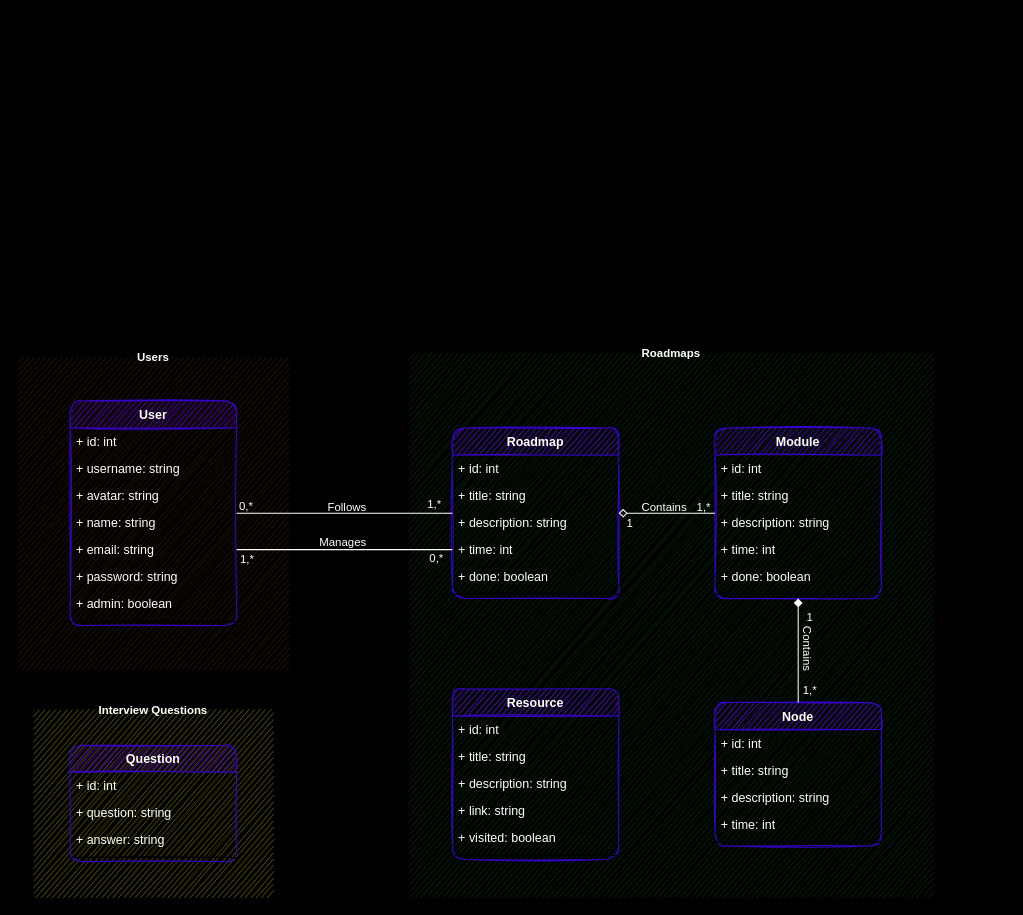
Before: Modelization/class diagram.drawio in aymenBenadra/DevQuests, a draw.io diagram. Source tidied: cells renumbered, new cells numbered last; positions are measured from the earlier drawing's top-left corner, leaving out a move shared by most shapes. Both pictures are drawn from the tidied source at 104%, with x=0, y=0 at pixel (18, 353).
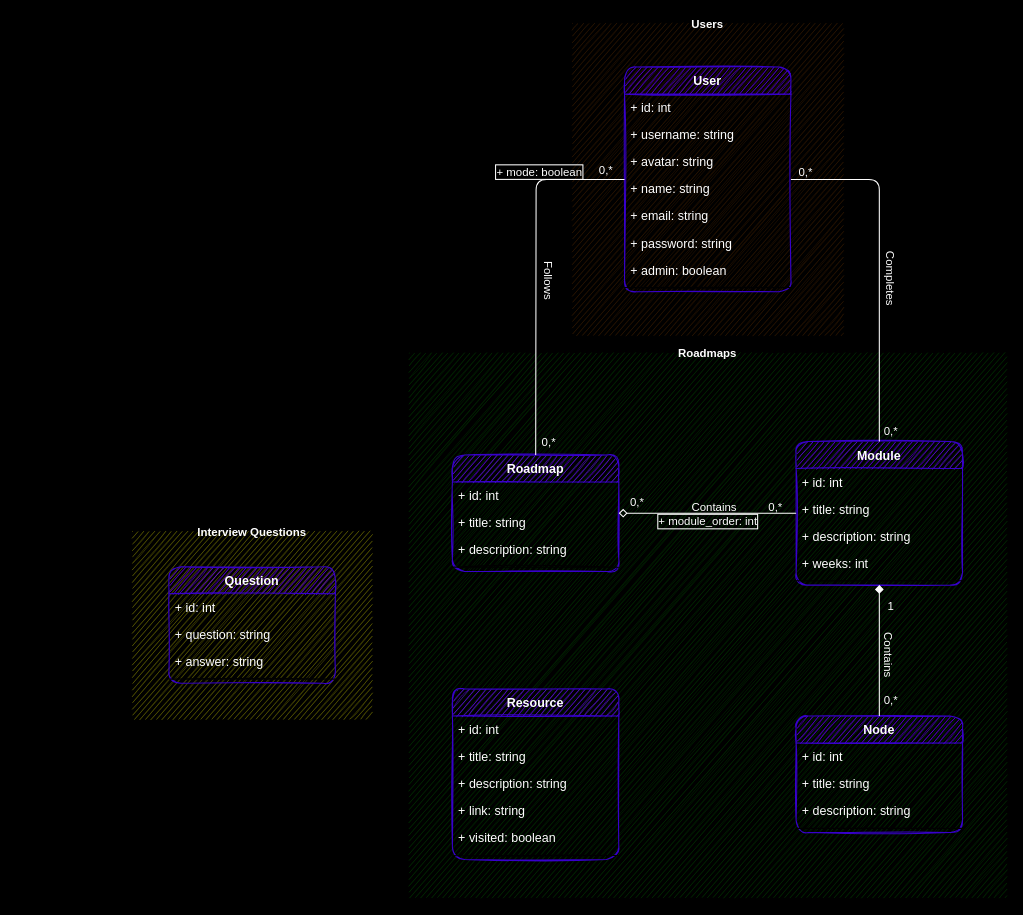
After the change.

Commit message (it also covers changes not shown here):
Fixed issues in class diagram to respond to project needs

Unchanged cells that the change refers to:
```xml
<mxCell id="3" value="User" style="swimlane;fontStyle=1;align=center;verticalAlign=top;horizontal=1;startSize=26;fillColor=#6a00ff;fontColor=#FFFFFF;rounded=1;sketch=1;labelBorderColor=none;strokeColor=#3700CC;" parent="2" vertex="1">
  <mxGeometry x="50" y="42" width="160" height="216" as="geometry" />
</mxCell>
<mxCell id="8" value="+ email: string" style="text;strokeColor=none;fillColor=none;align=left;verticalAlign=top;spacingLeft=4;spacingRight=4;overflow=hidden;points=[[0,0.5],[1,0.5]];portConstraint=eastwest;fontColor=#FFFFFF;rounded=1;sketch=1;labelBorderColor=none;" parent="3" vertex="1">
  <mxGeometry y="130" width="160" height="26" as="geometry" />
</mxCell>
<mxCell id="33" style="edgeStyle=none;html=1;endArrow=none;endFill=0;startArrow=diamond;startFill=1;fontColor=#FFFFFF;rounded=1;sketch=0;labelBorderColor=none;strokeColor=#FFFFFF;" parent="12" edge="1" source="20" target="27">
  <mxGeometry relative="1" as="geometry" />
</mxCell>
<mxCell id="44" style="edgeStyle=none;html=1;endArrow=none;endFill=0;startArrow=diamond;startFill=0;fontColor=#FFFFFF;rounded=1;sketch=0;labelBorderColor=none;strokeColor=#FFFFFF;" parent="12" edge="1" source="37" target="20">
  <mxGeometry relative="1" as="geometry" />
</mxCell>
```

Change to the diagram source:
```diff
@@
     <mxCell id="2" value="Users" style="swimlane;startSize=0;rounded=1;shadow=0;glass=0;labelBackgroundColor=none;comic=0;fontSize=11;strokeColor=none;fillColor=none;gradientDirection=north;fontColor=#FFFFFF;swimlaneFillColor=#331A00;sketch=1;labelBorderColor=none;" parent="1" vertex="1">
-      <mxGeometry y="4" width="260" height="300" as="geometry" />
+      <mxGeometry x="533" y="-317" width="260" height="300" as="geometry" />
     </mxCell>
@@
     <mxCell id="12" value="Roadmaps" style="swimlane;startSize=0;rounded=1;shadow=0;glass=0;labelBackgroundColor=none;comic=0;fontSize=11;strokeColor=none;fillColor=none;gradientColor=none;gradientDirection=north;swimlaneFillColor=#003300;fontColor=#FFFFFF;sketch=1;labelBorderColor=none;" parent="1" vertex="1">
-      <mxGeometry x="376" width="504" height="523" as="geometry" />
+      <mxGeometry x="376" width="574" height="523" as="geometry" />
     </mxCell>
@@
     <mxCell id="20" value="Module" style="swimlane;fontStyle=1;align=center;verticalAlign=top;horizontal=1;startSize=26;fillColor=#6a00ff;fontColor=#FFFFFF;rounded=1;sketch=1;labelBorderColor=none;strokeColor=#3700CC;" parent="12" vertex="1">
-      <mxGeometry x="294" y="72" width="160" height="164" as="geometry" />
+      <mxGeometry x="372" y="85" width="160" height="138" as="geometry" />
     </mxCell>
@@
-    <mxCell id="24" value="+ time: int" style="text;strokeColor=none;fillColor=none;align=left;verticalAlign=top;spacingLeft=4;spacingRight=4;overflow=hidden;fontColor=#FFFFFF;rounded=1;sketch=1;labelBorderColor=none;" parent="20" vertex="1">
+    <mxCell id="24" value="+ weeks: int" style="text;strokeColor=none;fillColor=none;align=left;verticalAlign=top;spacingLeft=4;spacingRight=4;overflow=hidden;fontColor=#FFFFFF;rounded=1;sketch=1;labelBorderColor=none;" parent="20" vertex="1">
       <mxGeometry y="104" width="160" height="26" as="geometry" />
     </mxCell>
-    <mxCell id="25" value="+ done: boolean" style="text;strokeColor=none;fillColor=none;align=left;verticalAlign=top;spacingLeft=4;spacingRight=4;overflow=hidden;fontColor=#FFFFFF;rounded=1;sketch=1;labelBorderColor=none;" parent="20" vertex="1">
-      <mxGeometry y="130" width="160" height="26" as="geometry" />
-    </mxCell>
     <mxCell id="26" style="line;strokeWidth=1;fillColor=none;align=left;verticalAlign=middle;spacingTop=-1;spacingLeft=3;spacingRight=3;labelPosition=right;fontColor=#FFFFFF;rounded=1;sketch=1;labelBorderColor=none;" parent="20" vertex="1">
-      <mxGeometry y="156" width="160" height="8" as="geometry" />
+      <mxGeometry y="130" width="160" height="8" as="geometry" />
     </mxCell>
     <mxCell id="27" value="Node" style="swimlane;fontStyle=1;align=center;verticalAlign=top;horizontal=1;startSize=26;fillColor=#6a00ff;fontColor=#FFFFFF;rounded=1;sketch=1;labelBorderColor=none;strokeColor=#3700CC;" parent="12" vertex="1">
-      <mxGeometry x="294" y="336" width="160" height="138" as="geometry" />
+      <mxGeometry x="372" y="349" width="160" height="112" as="geometry" />
     </mxCell>
@@
-    <mxCell id="31" value="+ time: int" style="text;strokeColor=none;fillColor=none;align=left;verticalAlign=top;spacingLeft=4;spacingRight=4;overflow=hidden;fontColor=#FFFFFF;rounded=1;sketch=1;labelBorderColor=none;" parent="27" vertex="1">
-      <mxGeometry y="104" width="160" height="26" as="geometry" />
-    </mxCell>
     <mxCell id="32" style="line;strokeWidth=1;fillColor=none;align=left;verticalAlign=middle;spacingTop=-1;spacingLeft=3;spacingRight=3;labelPosition=right;fontColor=#FFFFFF;rounded=1;sketch=1;labelBorderColor=none;" parent="27" vertex="1">
-      <mxGeometry y="130" width="160" height="8" as="geometry" />
+      <mxGeometry y="104" width="160" height="8" as="geometry" />
     </mxCell>
@@
-    <mxCell id="36" value="1,*" style="edgeLabel;html=1;align=center;verticalAlign=middle;fontSize=11;labelBackgroundColor=none;fontColor=#FFFFFF;rounded=1;sketch=1;labelBorderColor=none;" parent="33" vertex="1">
+    <mxCell id="36" value="0,*" style="edgeLabel;html=1;align=center;verticalAlign=middle;fontSize=11;labelBackgroundColor=none;fontColor=#FFFFFF;rounded=1;sketch=1;labelBorderColor=none;" parent="33" vertex="1">
       <mxGeometry x="0.76" y="1" relative="1" as="geometry">
         <mxPoint x="9" y="-1" as="offset" />
       </mxGeometry>
     </mxCell>
     <mxCell id="37" value="Roadmap" style="swimlane;fontStyle=1;align=center;verticalAlign=top;horizontal=1;startSize=26;fillColor=#6a00ff;fontColor=#FFFFFF;rounded=1;sketch=1;labelBorderColor=none;labelBackgroundColor=none;strokeColor=#3700CC;" parent="12" vertex="1">
-      <mxGeometry x="41.5" y="72" width="160" height="164" as="geometry" />
+      <mxGeometry x="41.5" y="98" width="160" height="112" as="geometry" />
     </mxCell>
@@
-    <mxCell id="41" value="+ time: int" style="text;strokeColor=none;fillColor=none;align=left;verticalAlign=top;spacingLeft=4;spacingRight=4;overflow=hidden;points=[[0,0.5],[1,0.5]];portConstraint=eastwest;fontColor=#FFFFFF;rounded=1;sketch=1;labelBorderColor=none;" parent="37" vertex="1">
-      <mxGeometry y="104" width="160" height="26" as="geometry" />
-    </mxCell>
-    <mxCell id="42" value="+ done: boolean" style="text;strokeColor=none;fillColor=none;align=left;verticalAlign=top;spacingLeft=4;spacingRight=4;overflow=hidden;fontColor=#FFFFFF;rounded=1;sketch=1;labelBorderColor=none;" parent="37" vertex="1">
-      <mxGeometry y="130" width="160" height="26" as="geometry" />
-    </mxCell>
     <mxCell id="43" style="line;strokeWidth=1;fillColor=none;align=left;verticalAlign=middle;spacingTop=-1;spacingLeft=3;spacingRight=3;labelPosition=right;fontColor=#FFFFFF;rounded=1;sketch=1;labelBorderColor=none;" parent="37" vertex="1">
-      <mxGeometry y="156" width="160" height="8" as="geometry" />
+      <mxGeometry y="104" width="160" height="8" as="geometry" />
     </mxCell>
@@
     <mxCell id="45" value="Contains" style="edgeLabel;html=1;align=center;verticalAlign=middle;labelBackgroundColor=none;fontColor=#FFFFFF;rounded=1;sketch=1;labelBorderColor=none;" parent="44" vertex="1">
       <mxGeometry x="0.46" y="4" relative="1" as="geometry">
-        <mxPoint x="-25" y="-3" as="offset" />
+        <mxPoint x="-33" y="-3" as="offset" />
       </mxGeometry>
     </mxCell>
-    <mxCell id="46" value="1" style="edgeLabel;html=1;align=center;verticalAlign=middle;fontSize=11;labelBackgroundColor=none;fontColor=#FFFFFF;rounded=1;sketch=1;labelBorderColor=none;" parent="44" vertex="1">
+    <mxCell id="46" value="0,*" style="edgeLabel;html=1;align=center;verticalAlign=middle;fontSize=11;labelBackgroundColor=none;fontColor=#FFFFFF;rounded=1;sketch=1;labelBorderColor=none;" parent="44" vertex="1">
       <mxGeometry x="-0.81" relative="1" as="geometry">
-        <mxPoint x="1" y="9" as="offset" />
+        <mxPoint x="1" y="-11" as="offset" />
       </mxGeometry>
     </mxCell>
-    <mxCell id="47" value="1,*" style="edgeLabel;html=1;align=center;verticalAlign=middle;fontSize=11;labelBackgroundColor=none;fontColor=#FFFFFF;rounded=1;sketch=1;labelBorderColor=none;" parent="44" vertex="1">
+    <mxCell id="47" value="0,*" style="edgeLabel;html=1;align=center;verticalAlign=middle;fontSize=11;labelBackgroundColor=none;fontColor=#FFFFFF;rounded=1;sketch=1;labelBorderColor=none;" parent="44" vertex="1">
       <mxGeometry x="0.76" y="1" relative="1" as="geometry">
         <mxPoint y="-6" as="offset" />
       </mxGeometry>
     </mxCell>
+    <mxCell id="62" value="+ module_order: int" style="edgeLabel;html=1;align=center;verticalAlign=middle;fontColor=#FFFFFF;labelBackgroundColor=none;labelBorderColor=#FFFFFF;" parent="44" vertex="1">
+      <mxGeometry x="0.17" y="-2" relative="1" as="geometry">
+        <mxPoint x="-15" y="5" as="offset" />
+      </mxGeometry>
+    </mxCell>
     <mxCell id="48" style="edgeStyle=none;html=1;endArrow=none;endFill=0;startArrow=none;startFill=0;fontColor=#FFFFFF;rounded=1;sketch=0;labelBorderColor=none;strokeColor=#FFFFFF;" parent="1" edge="1" source="37" target="3">
-      <mxGeometry relative="1" as="geometry" />
+      <mxGeometry relative="1" as="geometry">
+        <Array as="points">
+          <mxPoint x="498" y="-167" />
+        </Array>
+      </mxGeometry>
     </mxCell>
-    <mxCell id="49" value="Follows" style="edgeLabel;html=1;align=center;verticalAlign=middle;labelBackgroundColor=none;rotation=0;fontColor=#FFFFFF;rounded=1;sketch=1;labelBorderColor=none;" parent="48" vertex="1">
+    <mxCell id="49" value="Follows" style="edgeLabel;html=1;align=center;verticalAlign=middle;labelBackgroundColor=none;rotation=90;fontColor=#FFFFFF;rounded=1;sketch=1;labelBorderColor=none;" parent="48" vertex="1">
       <mxGeometry x="0.46" y="4" relative="1" as="geometry">
-        <mxPoint x="49" y="-11" as="offset" />
+        <mxPoint x="16" y="88" as="offset" />
       </mxGeometry>
     </mxCell>
-    <mxCell id="50" value="1,*" style="edgeLabel;html=1;align=center;verticalAlign=middle;fontSize=11;labelBackgroundColor=none;fontColor=#FFFFFF;rounded=1;sketch=1;labelBorderColor=none;" parent="48" vertex="1">
+    <mxCell id="50" value="0,*" style="edgeLabel;html=1;align=center;verticalAlign=middle;fontSize=11;labelBackgroundColor=none;fontColor=#FFFFFF;rounded=1;sketch=1;labelBorderColor=none;" parent="48" vertex="1">
       <mxGeometry x="-0.81" relative="1" as="geometry">
-        <mxPoint x="2" y="-10" as="offset" />
+        <mxPoint x="12" y="20" as="offset" />
       </mxGeometry>
     </mxCell>
     <mxCell id="51" value="0,*" style="edgeLabel;html=1;align=center;verticalAlign=middle;fontSize=11;labelBackgroundColor=none;fontColor=#FFFFFF;rounded=1;sketch=1;labelBorderColor=none;" parent="48" vertex="1">
       <mxGeometry x="0.76" y="1" relative="1" as="geometry">
-        <mxPoint x="-16" y="-9" as="offset" />
+        <mxPoint x="24" y="-9" as="offset" />
       </mxGeometry>
     </mxCell>
-    <mxCell id="52" style="edgeStyle=none;html=1;endArrow=none;endFill=0;startArrow=none;startFill=0;fontColor=#FFFFFF;rounded=1;sketch=0;labelBorderColor=none;strokeColor=#FFFFFF;exitX=0;exitY=0.5;exitDx=0;exitDy=0;entryX=1;entryY=0.5;entryDx=0;entryDy=0;" parent="1" edge="1" source="41" target="8">
-      <mxGeometry relative="1" as="geometry" />
-    </mxCell>
-    <mxCell id="53" value="Manages" style="edgeLabel;html=1;align=center;verticalAlign=middle;labelBackgroundColor=none;rotation=0;fontColor=#FFFFFF;rounded=1;sketch=1;labelBorderColor=none;" parent="52" vertex="1">
-      <mxGeometry x="0.46" y="4" relative="1" as="geometry">
-        <mxPoint x="45" y="-12" as="offset" />
-      </mxGeometry>
-    </mxCell>
-    <mxCell id="54" value="0,*" style="edgeLabel;html=1;align=center;verticalAlign=middle;fontSize=11;labelBackgroundColor=none;fontColor=#FFFFFF;rounded=1;sketch=1;labelBorderColor=none;" parent="52" vertex="1">
-      <mxGeometry x="-0.81" relative="1" as="geometry">
-        <mxPoint x="4" y="7" as="offset" />
-      </mxGeometry>
-    </mxCell>
-    <mxCell id="55" value="1,*" style="edgeLabel;html=1;align=center;verticalAlign=middle;fontSize=11;labelBackgroundColor=none;fontColor=#FFFFFF;rounded=1;sketch=1;labelBorderColor=none;" parent="52" vertex="1">
-      <mxGeometry x="0.76" y="1" relative="1" as="geometry">
-        <mxPoint x="-15" y="7" as="offset" />
-      </mxGeometry>
-    </mxCell>
+    <mxCell id="63" value="+ mode: boolean" style="edgeLabel;html=1;align=center;verticalAlign=middle;fontColor=#FFFFFF;labelBackgroundColor=none;labelBorderColor=#FFFFFF;" parent="48" vertex="1">
+      <mxGeometry x="0.58" y="-3" relative="1" as="geometry">
+        <mxPoint x="-9" y="-11" as="offset" />
+      </mxGeometry>
+    </mxCell>
     <mxCell id="56" value="Interview Questions" style="swimlane;startSize=0;rounded=1;shadow=0;glass=0;labelBackgroundColor=none;comic=0;fontSize=11;strokeColor=none;fillColor=none;gradientColor=none;gradientDirection=north;swimlaneFillColor=#666600;fontColor=#FFFFFF;sketch=1;labelBorderColor=none;" parent="1" vertex="1">
-      <mxGeometry x="15" y="343" width="230" height="180" as="geometry" />
+      <mxGeometry x="110" y="171.5" width="230" height="180" as="geometry" />
     </mxCell>
@@
+    <mxCell id="64" style="edgeStyle=none;html=1;endArrow=none;endFill=0;startArrow=none;startFill=0;fontColor=#FFFFFF;rounded=1;sketch=0;labelBorderColor=none;strokeColor=#FFFFFF;" parent="1" edge="1" source="20" target="3">
+      <mxGeometry relative="1" as="geometry">
+        <Array as="points">
+          <mxPoint x="828" y="-167" />
+        </Array>
+      </mxGeometry>
+    </mxCell>
+    <mxCell id="65" value="Completes" style="edgeLabel;html=1;align=center;verticalAlign=middle;labelBackgroundColor=none;rotation=90;fontColor=#FFFFFF;rounded=1;sketch=1;labelBorderColor=none;" parent="64" vertex="1">
+      <mxGeometry x="0.46" y="4" relative="1" as="geometry">
+        <mxPoint x="16" y="88" as="offset" />
+      </mxGeometry>
+    </mxCell>
+    <mxCell id="66" value="0,*" style="edgeLabel;html=1;align=center;verticalAlign=middle;fontSize=11;labelBackgroundColor=none;fontColor=#FFFFFF;rounded=1;sketch=1;labelBorderColor=none;" parent="64" vertex="1">
+      <mxGeometry x="-0.81" relative="1" as="geometry">
+        <mxPoint x="10" y="21" as="offset" />
+      </mxGeometry>
+    </mxCell>
+    <mxCell id="67" value="0,*" style="edgeLabel;html=1;align=center;verticalAlign=middle;fontSize=11;labelBackgroundColor=none;fontColor=#FFFFFF;rounded=1;sketch=1;labelBorderColor=none;" parent="64" vertex="1">
+      <mxGeometry x="0.76" y="1" relative="1" as="geometry">
+        <mxPoint x="-27" y="-9" as="offset" />
+      </mxGeometry>
+    </mxCell>
```
